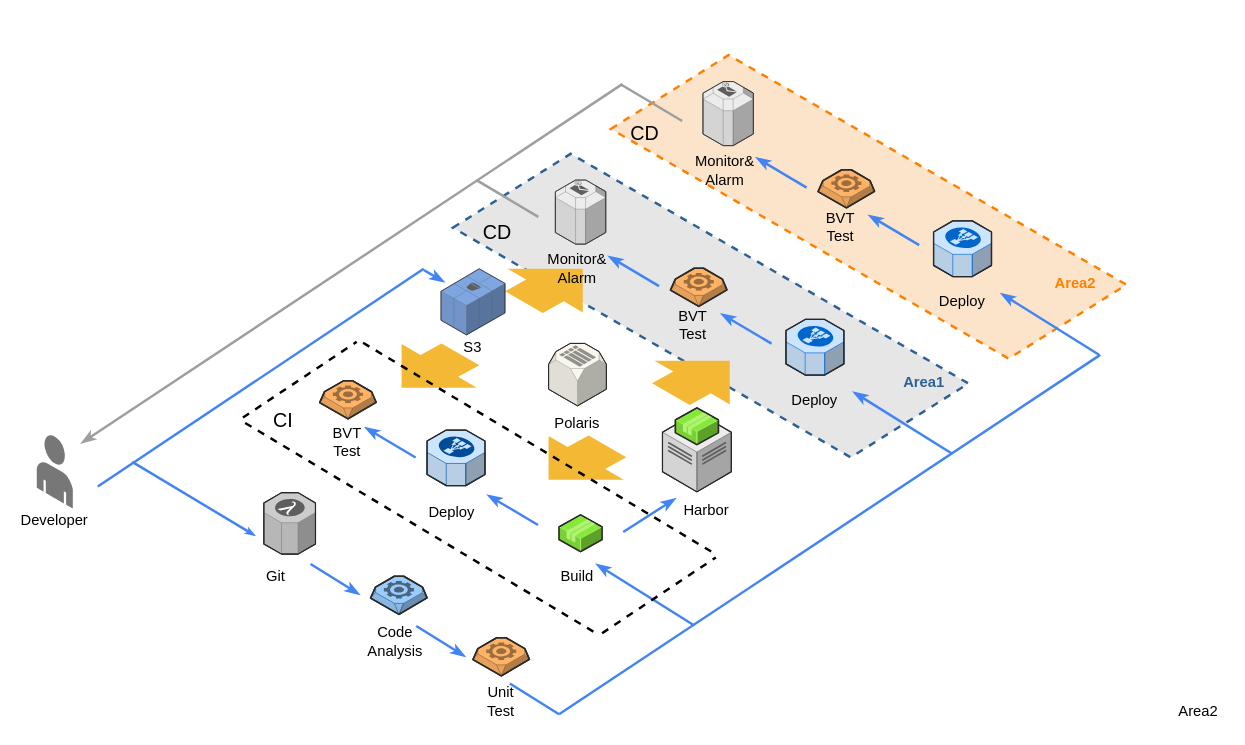
Before: page "第 2 页" (2 of 2) of 未命名绘图.drawio in Mr-lixh/diagrams, a draw.io diagram. Source tidied: cells renumbered, new cells numbered last; positions are measured from the earlier drawing's top-left corner, leaving out a move shared by most shapes. Both pictures are drawn from the tidied source at 123%, with x=0, y=0 at pixel (30, 81).
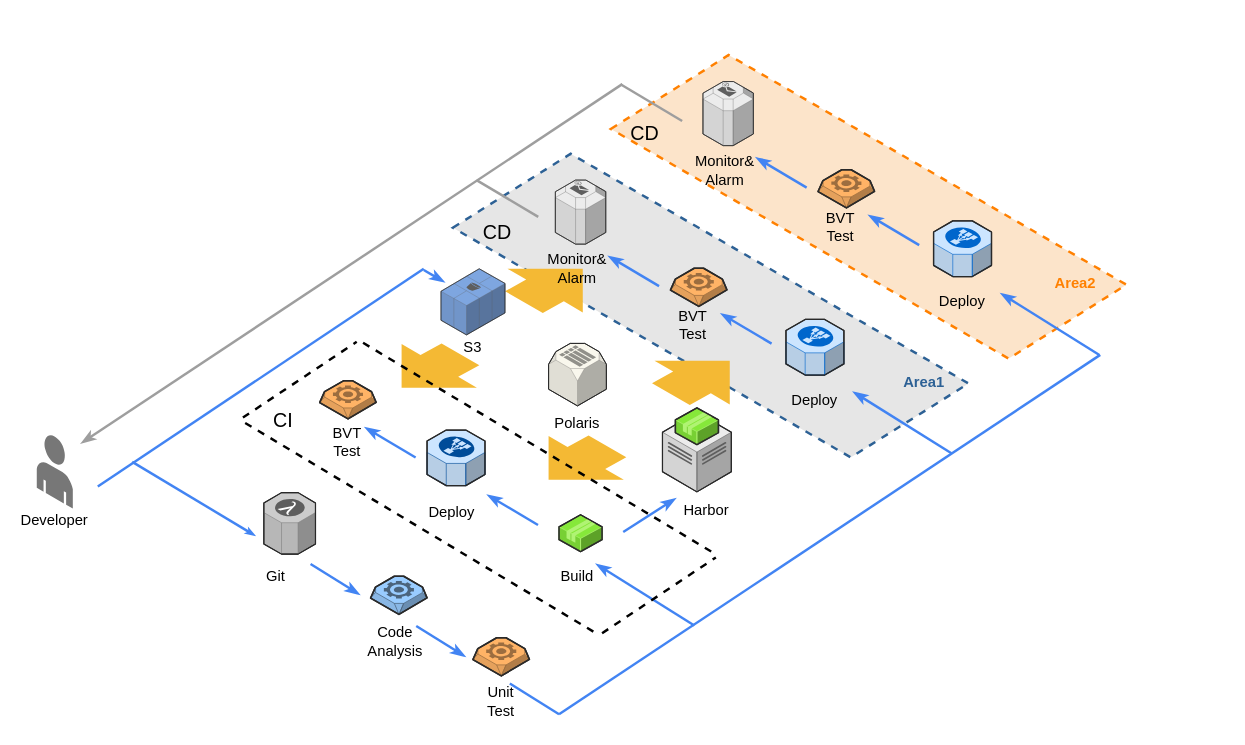
The same page after the edit.

Commit message:
更新未命名绘图.drawio

The edit, as a diff of the source:
```diff
@@
-    <mxCell id="56" value="Area2" style="text;html=1;strokeColor=none;fillColor=none;align=center;verticalAlign=middle;whiteSpace=wrap;rounded=0;hachureGap=4;" parent="1" vertex="1">
-      <mxGeometry x="930" y="502" width="40" height="20" as="geometry" />
-    </mxCell>
```
